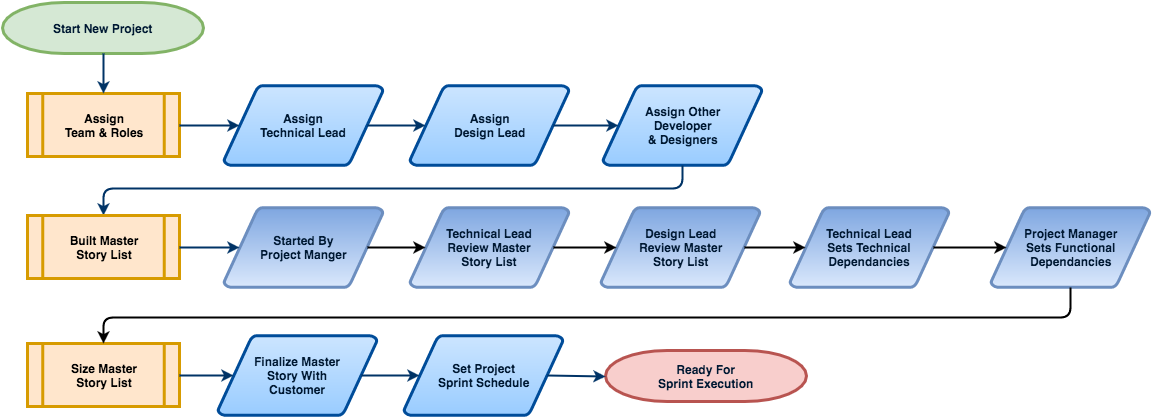
Before: new-projects/phase-3.png, a diagram exported from draw.io (inigo-llc/guides). Source tidied: cells renumbered, new cells last; positions are measured from the earlier drawing's top-left corner, leaving out a move shared by most shapes.
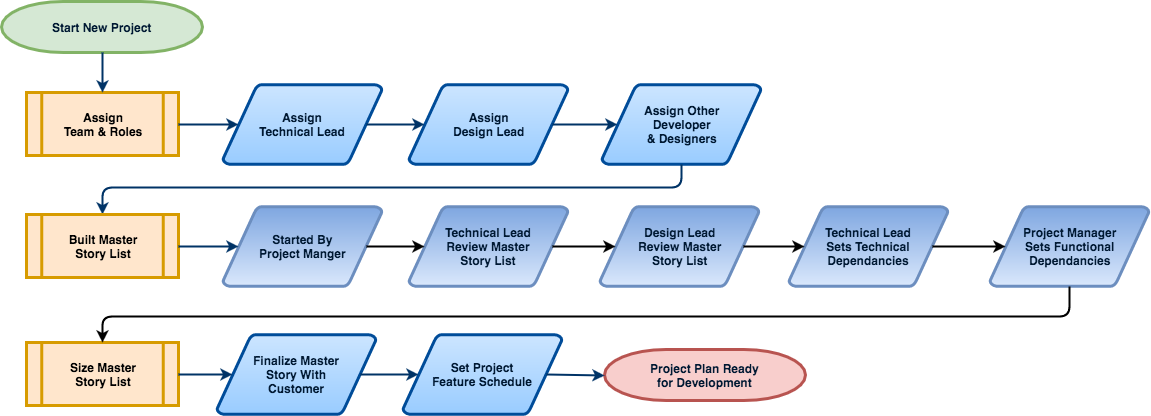
Above is the later version.

What changed in the source:
```diff
@@ -88,13 +88,13 @@
     <mxCell id="26" style="fontColor=#001933;fontStyle=1;strokeColor=#003366;strokeWidth=2;html=1;exitX=1;exitY=0.5;entryX=0.095;entryY=0.5;entryPerimeter=0;" parent="1" edge="1" source="23" target="25">
       <mxGeometry x="-163" y="444.7" as="geometry" />
     </mxCell>
-    <mxCell id="27" value="Set Project&lt;br&gt;Sprint Schedule" style="shape=mxgraph.flowchart.data;fillColor=#99CCFF;strokeColor=#004C99;strokeWidth=3;gradientColor=#CCE5FF;gradientDirection=north;fontColor=#001933;fontStyle=1;html=1;" parent="1" vertex="1">
+    <mxCell id="27" value="Set Project&lt;br&gt;Feature Schedule" style="shape=mxgraph.flowchart.data;fillColor=#99CCFF;strokeColor=#004C99;strokeWidth=3;gradientColor=#CCE5FF;gradientDirection=north;fontColor=#001933;fontStyle=1;html=1;" parent="1" vertex="1">
       <mxGeometry x="401.5" y="333" width="159" height="80" as="geometry" />
     </mxCell>
     <mxCell id="28" style="fontColor=#001933;fontStyle=1;strokeColor=#003366;strokeWidth=2;html=1;entryX=0.095;entryY=0.5;entryPerimeter=0;exitX=0.905;exitY=0.5;exitPerimeter=0;" parent="1" edge="1" source="25" target="27">
       <mxGeometry x="162" y="53.7" as="geometry" />
     </mxCell>
-    <mxCell id="29" value="Ready For&lt;br&gt;Sprint Execution" style="shape=mxgraph.flowchart.terminator;fillColor=#f8cecc;strokeColor=#b85450;strokeWidth=3;gradientDirection=north;fontColor=#001933;fontStyle=1;html=1;" parent="1" vertex="1">
+    <mxCell id="29" value="Project Plan Ready&lt;div&gt;for Development&lt;/div&gt;" style="shape=mxgraph.flowchart.terminator;fillColor=#f8cecc;strokeColor=#b85450;strokeWidth=3;gradientDirection=north;fontColor=#001933;fontStyle=1;html=1;" parent="1" vertex="1">
       <mxGeometry x="603" y="348" width="201" height="51" as="geometry" />
     </mxCell>
     <mxCell id="30" style="fontColor=#001933;fontStyle=1;strokeColor=#003366;strokeWidth=2;html=1;entryX=0;entryY=0.5;entryPerimeter=0;exitX=0.905;exitY=0.5;exitPerimeter=0;" parent="1" edge="1" source="27" target="29">
```
